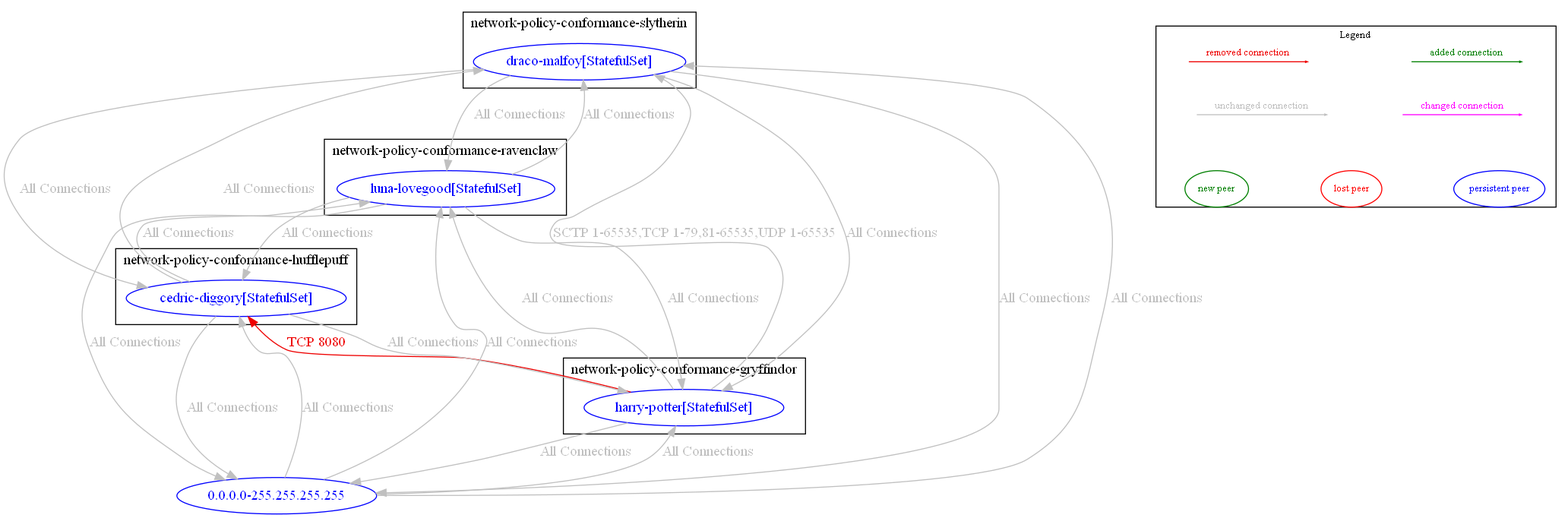
This is test_outputs/diff/diff_between_banp_test_core_egress_tcp_swapping_rules_and_banp_test_core_egress_tcp_rules.dot.png from np-guard/netpol-analyzer, a Graphviz export, as it was before one commit. Its source is kept beside it as test_outputs/diff/diff_between_banp_test_core_egress_tcp_swapping_rules_and_banp_test_core_egress_tcp_rules.dot. Its diagram source:
```dot
digraph {
	subgraph "cluster_network_policy_conformance_gryffindor" {
		color="black"
		fontcolor="black"
		"network-policy-conformance-gryffindor/harry-potter[StatefulSet]" [label="harry-potter[StatefulSet]" color="blue" fontcolor="blue"]
		label="network-policy-conformance-gryffindor"
	}
	subgraph "cluster_network_policy_conformance_hufflepuff" {
		color="black"
		fontcolor="black"
		"network-policy-conformance-hufflepuff/cedric-diggory[StatefulSet]" [label="cedric-diggory[StatefulSet]" color="blue" fontcolor="blue"]
		label="network-policy-conformance-hufflepuff"
	}
	subgraph "cluster_network_policy_conformance_ravenclaw" {
		color="black"
		fontcolor="black"
		"network-policy-conformance-ravenclaw/luna-lovegood[StatefulSet]" [label="luna-lovegood[StatefulSet]" color="blue" fontcolor="blue"]
		label="network-policy-conformance-ravenclaw"
	}
	subgraph "cluster_network_policy_conformance_slytherin" {
		color="black"
		fontcolor="black"
		"network-policy-conformance-slytherin/draco-malfoy[StatefulSet]" [label="draco-malfoy[StatefulSet]" color="blue" fontcolor="blue"]
		label="network-policy-conformance-slytherin"
	}
	"0.0.0.0-255.255.255.255" [label="0.0.0.0-255.255.255.255" color="blue" fontcolor="blue"]
	"0.0.0.0-255.255.255.255" -> "network-policy-conformance-gryffindor/harry-potter[StatefulSet]" [label="All Connections" color="grey" fontcolor="grey" weight=0.5]
	"0.0.0.0-255.255.255.255" -> "network-policy-conformance-hufflepuff/cedric-diggory[StatefulSet]" [label="All Connections" color="grey" fontcolor="grey" weight=0.5]
	"0.0.0.0-255.255.255.255" -> "network-policy-conformance-ravenclaw/luna-lovegood[StatefulSet]" [label="All Connections" color="grey" fontcolor="grey" weight=0.5]
	"0.0.0.0-255.255.255.255" -> "network-policy-conformance-slytherin/draco-malfoy[StatefulSet]" [label="All Connections" color="grey" fontcolor="grey" weight=0.5]
	"network-policy-conformance-gryffindor/harry-potter[StatefulSet]" -> "0.0.0.0-255.255.255.255" [label="All Connections" color="grey" fontcolor="grey" weight=1]
	"network-policy-conformance-gryffindor/harry-potter[StatefulSet]" -> "network-policy-conformance-hufflepuff/cedric-diggory[StatefulSet]" [label="TCP 8080" color="red2" fontcolor="red2" weight=0.5]
	"network-policy-conformance-gryffindor/harry-potter[StatefulSet]" -> "network-policy-conformance-ravenclaw/luna-lovegood[StatefulSet]" [label="All Connections" color="grey" fontcolor="grey" weight=0.5]
	"network-policy-conformance-gryffindor/harry-potter[StatefulSet]" -> "network-policy-conformance-slytherin/draco-malfoy[StatefulSet]" [label="SCTP 1-65535,TCP 1-79,81-65535,UDP 1-65535" color="grey" fontcolor="grey" weight=0.5]
	"network-policy-conformance-hufflepuff/cedric-diggory[StatefulSet]" -> "0.0.0.0-255.255.255.255" [label="All Connections" color="grey" fontcolor="grey" weight=1]
	"network-policy-conformance-hufflepuff/cedric-diggory[StatefulSet]" -> "network-policy-conformance-gryffindor/harry-potter[StatefulSet]" [label="All Connections" color="grey" fontcolor="grey" weight=1]
	"network-policy-conformance-hufflepuff/cedric-diggory[StatefulSet]" -> "network-policy-conformance-ravenclaw/luna-lovegood[StatefulSet]" [label="All Connections" color="grey" fontcolor="grey" weight=0.5]
	"network-policy-conformance-hufflepuff/cedric-diggory[StatefulSet]" -> "network-policy-conformance-slytherin/draco-malfoy[StatefulSet]" [label="All Connections" color="grey" fontcolor="grey" weight=0.5]
	"network-policy-conformance-ravenclaw/luna-lovegood[StatefulSet]" -> "0.0.0.0-255.255.255.255" [label="All Connections" color="grey" fontcolor="grey" weight=1]
	"network-policy-conformance-ravenclaw/luna-lovegood[StatefulSet]" -> "network-policy-conformance-gryffindor/harry-potter[StatefulSet]" [label="All Connections" color="grey" fontcolor="grey" weight=1]
	"network-policy-conformance-ravenclaw/luna-lovegood[StatefulSet]" -> "network-policy-conformance-hufflepuff/cedric-diggory[StatefulSet]" [label="All Connections" color="grey" fontcolor="grey" weight=1]
	"network-policy-conformance-ravenclaw/luna-lovegood[StatefulSet]" -> "network-policy-conformance-slytherin/draco-malfoy[StatefulSet]" [label="All Connections" color="grey" fontcolor="grey" weight=0.5]
	"network-policy-conformance-slytherin/draco-malfoy[StatefulSet]" -> "0.0.0.0-255.255.255.255" [label="All Connections" color="grey" fontcolor="grey" weight=1]
	"network-policy-conformance-slytherin/draco-malfoy[StatefulSet]" -> "network-policy-conformance-gryffindor/harry-potter[StatefulSet]" [label="All Connections" color="grey" fontcolor="grey" weight=1]
	"network-policy-conformance-slytherin/draco-malfoy[StatefulSet]" -> "network-policy-conformance-hufflepuff/cedric-diggory[StatefulSet]" [label="All Connections" color="grey" fontcolor="grey" weight=1]
	"network-policy-conformance-slytherin/draco-malfoy[StatefulSet]" -> "network-policy-conformance-ravenclaw/luna-lovegood[StatefulSet]" [label="All Connections" color="grey" fontcolor="grey" weight=1]
	nodesep=0.5
	subgraph cluster_legend {
		label="Legend"
		fontsize = 10
		margin=0
		a [style=invis height=0 width=0]
		b [style=invis height=0 width=0]
		c [style=invis height=0 width=0]
		d [style=invis height=0 width=0]
		e [style=invis height=0 width=0]
		f [style=invis height=0 width=0]
		g [style=invis height=0 width=0]
		h [style=invis height=0 width=0]
		{rank=source a b c d}
		{rank=same e f g h}
		a -> b [label="added connection", color="#008000" fontcolor="#008000" fontsize = 10 arrowsize=0.2]
		c -> d [label="removed connection", color="red2" fontcolor="red2" fontsize = 10 arrowsize=0.2]
		e -> f [label="changed connection", color="magenta" fontcolor="magenta" fontsize = 10 arrowsize=0.2]
		g -> h [label="unchanged connection", color="grey" fontcolor="grey" fontsize = 10 arrowsize=0.2]
		np [label="new peer" color="#008000" fontcolor="#008000" fontsize = 10]
		lp [label="lost peer" color="red" fontcolor="red" fontsize = 10]
		pp [label="persistent peer" color="blue" fontcolor="blue" fontsize = 10]
		{rank=sink np lp pp}
		np->lp [style=invis]
		lp->pp [style=invis]
	}
}
```
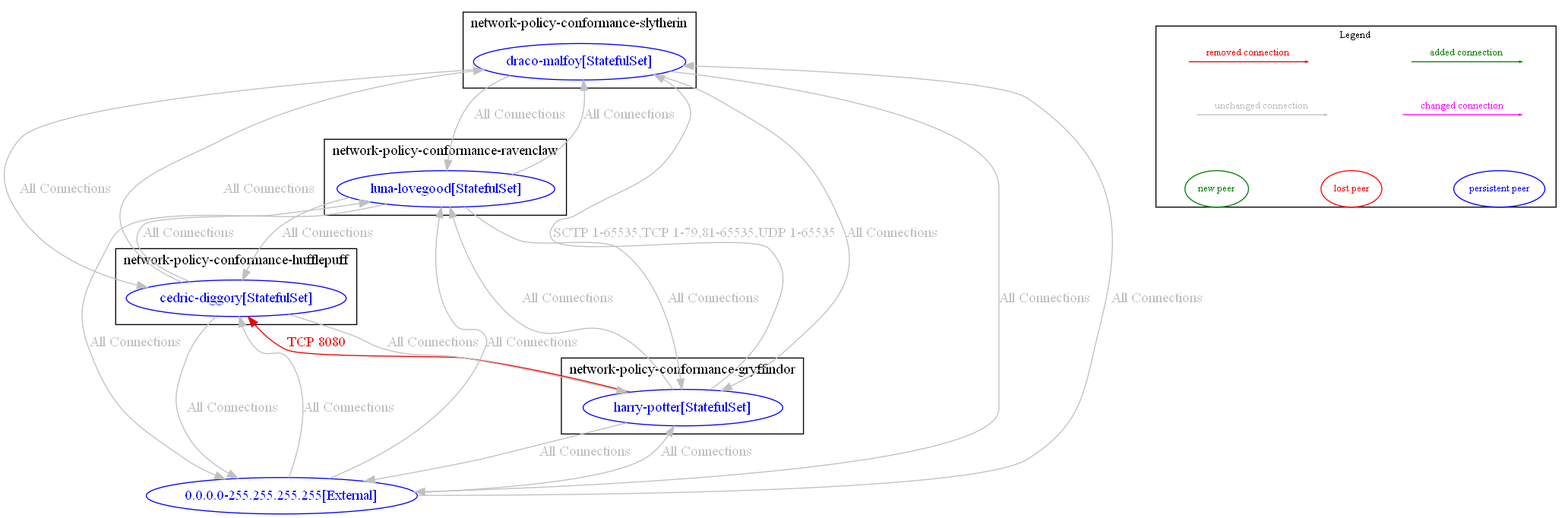
The same file after the commit.

What changed in the source:
```diff
@@ -23,24 +23,24 @@
 		"network-policy-conformance-slytherin/draco-malfoy[StatefulSet]" [label="draco-malfoy[StatefulSet]" color="blue" fontcolor="blue"]
 		label="network-policy-conformance-slytherin"
 	}
-	"0.0.0.0-255.255.255.255" [label="0.0.0.0-255.255.255.255" color="blue" fontcolor="blue"]
-	"0.0.0.0-255.255.255.255" -> "network-policy-conformance-gryffindor/harry-potter[StatefulSet]" [label="All Connections" color="grey" fontcolor="grey" weight=0.5]
-	"0.0.0.0-255.255.255.255" -> "network-policy-conformance-hufflepuff/cedric-diggory[StatefulSet]" [label="All Connections" color="grey" fontcolor="grey" weight=0.5]
-	"0.0.0.0-255.255.255.255" -> "network-policy-conformance-ravenclaw/luna-lovegood[StatefulSet]" [label="All Connections" color="grey" fontcolor="grey" weight=0.5]
-	"0.0.0.0-255.255.255.255" -> "network-policy-conformance-slytherin/draco-malfoy[StatefulSet]" [label="All Connections" color="grey" fontcolor="grey" weight=0.5]
-	"network-policy-conformance-gryffindor/harry-potter[StatefulSet]" -> "0.0.0.0-255.255.255.255" [label="All Connections" color="grey" fontcolor="grey" weight=1]
+	"0.0.0.0-255.255.255.255[External]" [label="0.0.0.0-255.255.255.255[External]" color="blue" fontcolor="blue"]
+	"0.0.0.0-255.255.255.255[External]" -> "network-policy-conformance-gryffindor/harry-potter[StatefulSet]" [label="All Connections" color="grey" fontcolor="grey" weight=0.5]
+	"0.0.0.0-255.255.255.255[External]" -> "network-policy-conformance-hufflepuff/cedric-diggory[StatefulSet]" [label="All Connections" color="grey" fontcolor="grey" weight=0.5]
+	"0.0.0.0-255.255.255.255[External]" -> "network-policy-conformance-ravenclaw/luna-lovegood[StatefulSet]" [label="All Connections" color="grey" fontcolor="grey" weight=0.5]
+	"0.0.0.0-255.255.255.255[External]" -> "network-policy-conformance-slytherin/draco-malfoy[StatefulSet]" [label="All Connections" color="grey" fontcolor="grey" weight=0.5]
+	"network-policy-conformance-gryffindor/harry-potter[StatefulSet]" -> "0.0.0.0-255.255.255.255[External]" [label="All Connections" color="grey" fontcolor="grey" weight=1]
 	"network-policy-conformance-gryffindor/harry-potter[StatefulSet]" -> "network-policy-conformance-hufflepuff/cedric-diggory[StatefulSet]" [label="TCP 8080" color="red2" fontcolor="red2" weight=0.5]
 	"network-policy-conformance-gryffindor/harry-potter[StatefulSet]" -> "network-policy-conformance-ravenclaw/luna-lovegood[StatefulSet]" [label="All Connections" color="grey" fontcolor="grey" weight=0.5]
 	"network-policy-conformance-gryffindor/harry-potter[StatefulSet]" -> "network-policy-conformance-slytherin/draco-malfoy[StatefulSet]" [label="SCTP 1-65535,TCP 1-79,81-65535,UDP 1-65535" color="grey" fontcolor="grey" weight=0.5]
-	"network-policy-conformance-hufflepuff/cedric-diggory[StatefulSet]" -> "0.0.0.0-255.255.255.255" [label="All Connections" color="grey" fontcolor="grey" weight=1]
+	"network-policy-conformance-hufflepuff/cedric-diggory[StatefulSet]" -> "0.0.0.0-255.255.255.255[External]" [label="All Connections" color="grey" fontcolor="grey" weight=1]
 	"network-policy-conformance-hufflepuff/cedric-diggory[StatefulSet]" -> "network-policy-conformance-gryffindor/harry-potter[StatefulSet]" [label="All Connections" color="grey" fontcolor="grey" weight=1]
 	"network-policy-conformance-hufflepuff/cedric-diggory[StatefulSet]" -> "network-policy-conformance-ravenclaw/luna-lovegood[StatefulSet]" [label="All Connections" color="grey" fontcolor="grey" weight=0.5]
 	"network-policy-conformance-hufflepuff/cedric-diggory[StatefulSet]" -> "network-policy-conformance-slytherin/draco-malfoy[StatefulSet]" [label="All Connections" color="grey" fontcolor="grey" weight=0.5]
-	"network-policy-conformance-ravenclaw/luna-lovegood[StatefulSet]" -> "0.0.0.0-255.255.255.255" [label="All Connections" color="grey" fontcolor="grey" weight=1]
+	"network-policy-conformance-ravenclaw/luna-lovegood[StatefulSet]" -> "0.0.0.0-255.255.255.255[External]" [label="All Connections" color="grey" fontcolor="grey" weight=1]
 	"network-policy-conformance-ravenclaw/luna-lovegood[StatefulSet]" -> "network-policy-conformance-gryffindor/harry-potter[StatefulSet]" [label="All Connections" color="grey" fontcolor="grey" weight=1]
 	"network-policy-conformance-ravenclaw/luna-lovegood[StatefulSet]" -> "network-policy-conformance-hufflepuff/cedric-diggory[StatefulSet]" [label="All Connections" color="grey" fontcolor="grey" weight=1]
 	"network-policy-conformance-ravenclaw/luna-lovegood[StatefulSet]" -> "network-policy-conformance-slytherin/draco-malfoy[StatefulSet]" [label="All Connections" color="grey" fontcolor="grey" weight=0.5]
-	"network-policy-conformance-slytherin/draco-malfoy[StatefulSet]" -> "0.0.0.0-255.255.255.255" [label="All Connections" color="grey" fontcolor="grey" weight=1]
+	"network-policy-conformance-slytherin/draco-malfoy[StatefulSet]" -> "0.0.0.0-255.255.255.255[External]" [label="All Connections" color="grey" fontcolor="grey" weight=1]
 	"network-policy-conformance-slytherin/draco-malfoy[StatefulSet]" -> "network-policy-conformance-gryffindor/harry-potter[StatefulSet]" [label="All Connections" color="grey" fontcolor="grey" weight=1]
 	"network-policy-conformance-slytherin/draco-malfoy[StatefulSet]" -> "network-policy-conformance-hufflepuff/cedric-diggory[StatefulSet]" [label="All Connections" color="grey" fontcolor="grey" weight=1]
 	"network-policy-conformance-slytherin/draco-malfoy[StatefulSet]" -> "network-policy-conformance-ravenclaw/luna-lovegood[StatefulSet]" [label="All Connections" color="grey" fontcolor="grey" weight=1]
```
